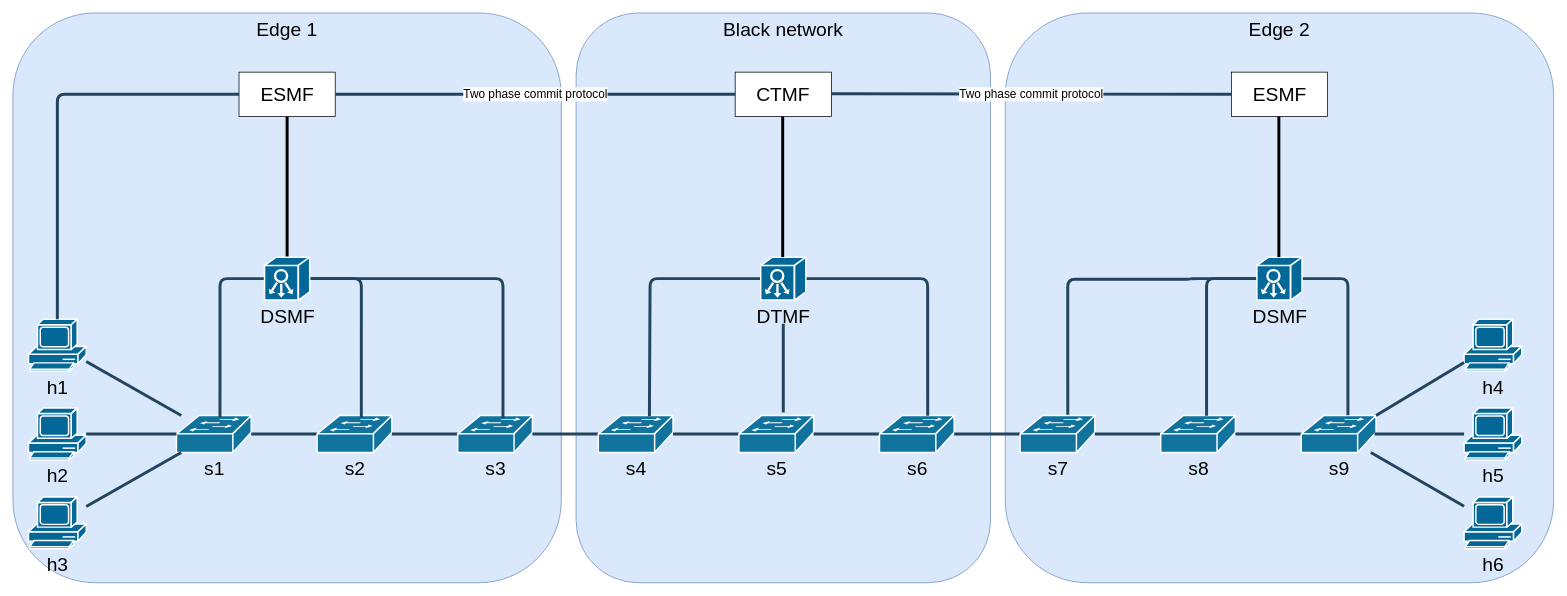
Before: diagrams/topology.drawio in FriwiDev/thesis, a draw.io diagram. Source tidied: cells renumbered, new cells numbered last; positions are measured from the earlier drawing's top-left corner, leaving out a move shared by most shapes. Both pictures are drawn from the tidied source at 74%, with x=0, y=0 at pixel (13, 13).
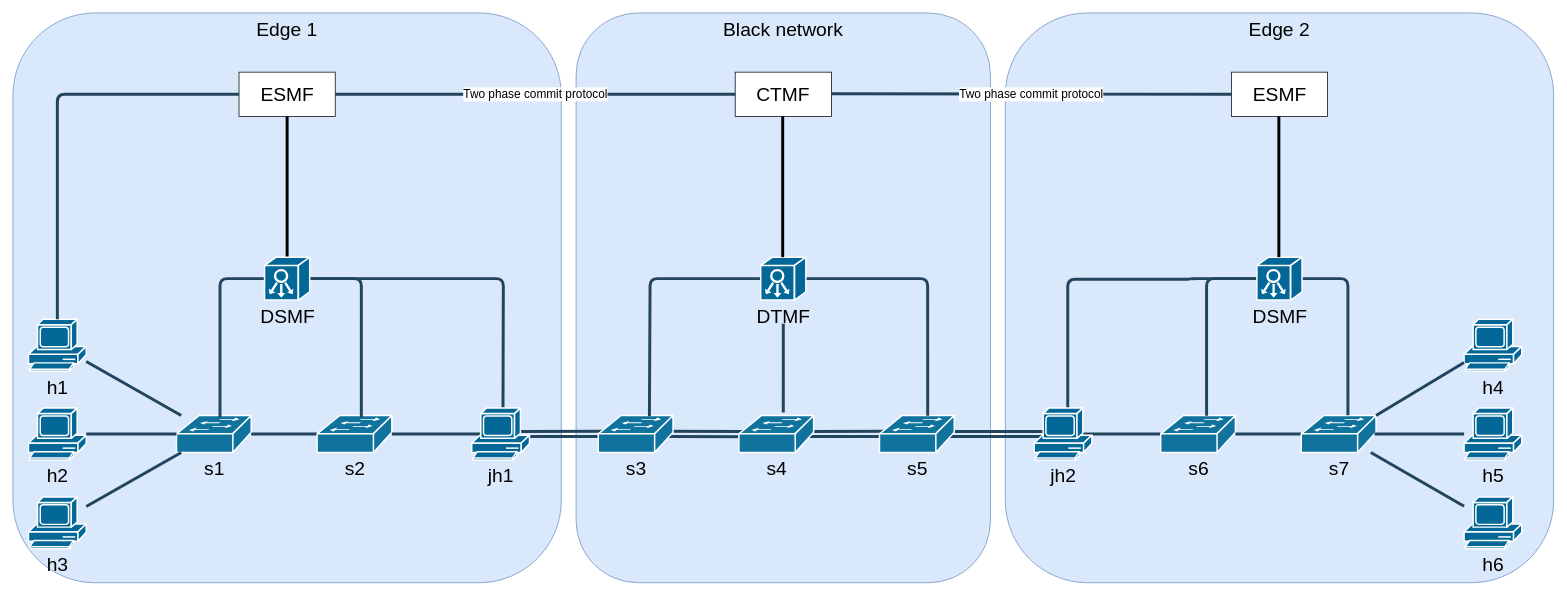
Above is the later version.

Unchanged cells that the change refers to:
```xml
<mxCell id="7" value="s2" style="shape=mxgraph.cisco.switches.workgroup_switch;html=1;dashed=0;fillColor=#10739E;strokeColor=#ffffff;strokeWidth=2;verticalLabelPosition=bottom;verticalAlign=top;fontFamily=Helvetica;fontSize=26;fontColor=#000000;" parent="1" vertex="1">
  <mxGeometry x="411" y="544" width="101" height="50" as="geometry" />
</mxCell>
<mxCell id="45" value="DSMF" style="shape=mxgraph.cisco.controllers_and_modules.system_controller;sketch=0;html=1;dashed=0;fillColor=#036897;strokeColor=#ffffff;strokeWidth=2;verticalLabelPosition=bottom;verticalAlign=top;align=center;outlineConnect=0;fontSize=26;" parent="1" vertex="1">
  <mxGeometry x="1681" y="330" width="61" height="58" as="geometry" />
</mxCell>
<mxCell id="47" value="DSMF" style="shape=mxgraph.cisco.controllers_and_modules.system_controller;sketch=0;html=1;dashed=0;fillColor=#036897;strokeColor=#ffffff;strokeWidth=2;verticalLabelPosition=bottom;verticalAlign=top;align=center;outlineConnect=0;fontSize=26;" parent="1" vertex="1">
  <mxGeometry x="340" y="330" width="61" height="58" as="geometry" />
</mxCell>
```

Diff of the diagram source:
```diff
@@
-    <mxCell id="8" style="edgeStyle=none;rounded=1;html=1;strokeColor=#23445D;endArrow=none;endFill=0;strokeWidth=4;" parent="1" edge="1" target="7">
-      <mxGeometry relative="1" as="geometry">
-        <mxPoint x="601" y="569" as="sourcePoint" />
-      </mxGeometry>
+    <mxCell id="8" style="edgeStyle=none;rounded=1;html=1;strokeColor=#23445D;endArrow=none;endFill=0;strokeWidth=4;exitX=0.16;exitY=0.5;exitDx=0;exitDy=0;exitPerimeter=0;" parent="1" edge="1" source="55" target="7">
+      <mxGeometry relative="1" as="geometry" />
     </mxCell>
-    <mxCell id="9" value="s3" style="shape=mxgraph.cisco.switches.workgroup_switch;html=1;dashed=0;fillColor=#10739E;strokeColor=#ffffff;strokeWidth=2;verticalLabelPosition=bottom;verticalAlign=top;fontFamily=Helvetica;fontSize=26;fontColor=#000000;" parent="1" vertex="1">
-      <mxGeometry x="601" y="544" width="101" height="50" as="geometry" />
-    </mxCell>
-    <mxCell id="10" style="edgeStyle=none;rounded=1;html=1;strokeColor=#23445D;endArrow=none;endFill=0;strokeWidth=4;" parent="1" edge="1" target="9">
-      <mxGeometry relative="1" as="geometry">
-        <mxPoint x="791" y="569" as="sourcePoint" />
-      </mxGeometry>
+    <mxCell id="10" style="edgeStyle=none;rounded=1;html=1;strokeColor=#23445D;endArrow=none;endFill=0;strokeWidth=4;entryX=0.83;entryY=0.5;entryDx=0;entryDy=0;entryPerimeter=0;shape=link;exitX=0.103;exitY=0.497;exitDx=0;exitDy=0;exitPerimeter=0;" parent="1" edge="1" source="11" target="55">
+      <mxGeometry relative="1" as="geometry" />
     </mxCell>
+    <mxCell id="12" style="edgeStyle=none;rounded=1;html=1;strokeColor=#23445D;endArrow=none;endFill=0;strokeWidth=4;shape=link;exitX=0.108;exitY=0.504;exitDx=0;exitDy=0;exitPerimeter=0;" parent="1" edge="1" source="13">
+      <mxGeometry relative="1" as="geometry">
+        <mxPoint x="883" y="568.9" as="targetPoint" />
+      </mxGeometry>
+    </mxCell>
-    <mxCell id="11" value="s4" style="shape=mxgraph.cisco.switches.workgroup_switch;html=1;dashed=0;fillColor=#10739E;strokeColor=#ffffff;strokeWidth=2;verticalLabelPosition=bottom;verticalAlign=top;fontFamily=Helvetica;fontSize=26;fontColor=#000000;" parent="1" vertex="1">
+    <mxCell id="11" value="s3" style="shape=mxgraph.cisco.switches.workgroup_switch;html=1;dashed=0;fillColor=#10739E;strokeColor=#ffffff;strokeWidth=2;verticalLabelPosition=bottom;verticalAlign=top;fontFamily=Helvetica;fontSize=26;fontColor=#000000;" parent="1" vertex="1">
       <mxGeometry x="791" y="544" width="101" height="50" as="geometry" />
     </mxCell>
-    <mxCell id="12" style="edgeStyle=none;rounded=1;html=1;strokeColor=#23445D;endArrow=none;endFill=0;strokeWidth=4;" parent="1" edge="1" target="11">
-      <mxGeometry relative="1" as="geometry">
-        <mxPoint x="981" y="569" as="sourcePoint" />
-      </mxGeometry>
-    </mxCell>
+    <mxCell id="14" style="edgeStyle=none;rounded=1;html=1;strokeColor=#23445D;endArrow=none;endFill=0;strokeWidth=4;shape=link;exitX=0.16;exitY=0.497;exitDx=0;exitDy=0;exitPerimeter=0;" parent="1" edge="1" source="15">
+      <mxGeometry relative="1" as="geometry">
+        <mxPoint x="1072" y="569" as="targetPoint" />
+      </mxGeometry>
+    </mxCell>
-    <mxCell id="13" value="s5" style="shape=mxgraph.cisco.switches.workgroup_switch;html=1;dashed=0;fillColor=#10739E;strokeColor=#ffffff;strokeWidth=2;verticalLabelPosition=bottom;verticalAlign=top;fontFamily=Helvetica;fontSize=26;fontColor=#000000;" parent="1" vertex="1">
+    <mxCell id="13" value="s4" style="shape=mxgraph.cisco.switches.workgroup_switch;html=1;dashed=0;fillColor=#10739E;strokeColor=#ffffff;strokeWidth=2;verticalLabelPosition=bottom;verticalAlign=top;fontFamily=Helvetica;fontSize=26;fontColor=#000000;" parent="1" vertex="1">
       <mxGeometry x="981" y="544" width="101" height="50" as="geometry" />
     </mxCell>
-    <mxCell id="14" style="edgeStyle=none;rounded=1;html=1;strokeColor=#23445D;endArrow=none;endFill=0;strokeWidth=4;" parent="1" edge="1" target="13">
-      <mxGeometry relative="1" as="geometry">
-        <mxPoint x="1171" y="569" as="sourcePoint" />
-      </mxGeometry>
-    </mxCell>
+    <mxCell id="16" style="edgeStyle=none;rounded=1;html=1;strokeColor=#23445D;endArrow=none;endFill=0;strokeWidth=4;exitX=0.16;exitY=0.5;exitDx=0;exitDy=0;exitPerimeter=0;shape=link;" parent="1" edge="1" source="56">
+      <mxGeometry relative="1" as="geometry">
+        <mxPoint x="1261" y="569" as="targetPoint" />
+      </mxGeometry>
+    </mxCell>
-    <mxCell id="15" value="s6" style="shape=mxgraph.cisco.switches.workgroup_switch;html=1;dashed=0;fillColor=#10739E;strokeColor=#ffffff;strokeWidth=2;verticalLabelPosition=bottom;verticalAlign=top;fontFamily=Helvetica;fontSize=26;fontColor=#000000;" parent="1" vertex="1">
+    <mxCell id="15" value="s5" style="shape=mxgraph.cisco.switches.workgroup_switch;html=1;dashed=0;fillColor=#10739E;strokeColor=#ffffff;strokeWidth=2;verticalLabelPosition=bottom;verticalAlign=top;fontFamily=Helvetica;fontSize=26;fontColor=#000000;" parent="1" vertex="1">
       <mxGeometry x="1171" y="544" width="101" height="50" as="geometry" />
     </mxCell>
-    <mxCell id="16" style="edgeStyle=none;rounded=1;html=1;strokeColor=#23445D;endArrow=none;endFill=0;strokeWidth=4;" parent="1" edge="1" target="15">
-      <mxGeometry relative="1" as="geometry">
-        <mxPoint x="1361" y="569" as="sourcePoint" />
-      </mxGeometry>
-    </mxCell>
-    <mxCell id="17" value="s7" style="shape=mxgraph.cisco.switches.workgroup_switch;html=1;dashed=0;fillColor=#10739E;strokeColor=#ffffff;strokeWidth=2;verticalLabelPosition=bottom;verticalAlign=top;fontFamily=Helvetica;fontSize=26;fontColor=#000000;" parent="1" vertex="1">
-      <mxGeometry x="1361" y="544" width="101" height="50" as="geometry" />
-    </mxCell>
-    <mxCell id="18" style="edgeStyle=none;rounded=1;html=1;strokeColor=#23445D;endArrow=none;endFill=0;strokeWidth=4;" parent="1" edge="1" target="17">
+    <mxCell id="18" style="edgeStyle=none;rounded=1;html=1;strokeColor=#23445D;endArrow=none;endFill=0;strokeWidth=4;entryX=0.83;entryY=0.5;entryDx=0;entryDy=0;entryPerimeter=0;" parent="1" edge="1" target="56">
       <mxGeometry relative="1" as="geometry">
         <mxPoint x="1551" y="569" as="sourcePoint" />
       </mxGeometry>
     </mxCell>
-    <mxCell id="19" value="s8" style="shape=mxgraph.cisco.switches.workgroup_switch;html=1;dashed=0;fillColor=#10739E;strokeColor=#ffffff;strokeWidth=2;verticalLabelPosition=bottom;verticalAlign=top;fontFamily=Helvetica;fontSize=26;fontColor=#000000;" parent="1" vertex="1">
+    <mxCell id="19" value="s6" style="shape=mxgraph.cisco.switches.workgroup_switch;html=1;dashed=0;fillColor=#10739E;strokeColor=#ffffff;strokeWidth=2;verticalLabelPosition=bottom;verticalAlign=top;fontFamily=Helvetica;fontSize=26;fontColor=#000000;" parent="1" vertex="1">
       <mxGeometry x="1551" y="544" width="101" height="50" as="geometry" />
     </mxCell>
@@
-    <mxCell id="21" value="s9" style="shape=mxgraph.cisco.switches.workgroup_switch;html=1;dashed=0;fillColor=#10739E;strokeColor=#ffffff;strokeWidth=2;verticalLabelPosition=bottom;verticalAlign=top;fontFamily=Helvetica;fontSize=26;fontColor=#000000;" parent="1" vertex="1">
+    <mxCell id="21" value="s7" style="shape=mxgraph.cisco.switches.workgroup_switch;html=1;dashed=0;fillColor=#10739E;strokeColor=#ffffff;strokeWidth=2;verticalLabelPosition=bottom;verticalAlign=top;fontFamily=Helvetica;fontSize=26;fontColor=#000000;" parent="1" vertex="1">
       <mxGeometry x="1741" y="544" width="101" height="50" as="geometry" />
     </mxCell>
@@
-    <mxCell id="36" style="edgeStyle=orthogonalEdgeStyle;rounded=1;html=1;strokeColor=#23445D;endArrow=none;endFill=0;strokeWidth=4;entryX=0.606;entryY=0.075;entryDx=0;entryDy=0;entryPerimeter=0;exitX=1;exitY=0.5;exitDx=0;exitDy=0;exitPerimeter=0;" parent="1" edge="1" source="47" target="9">
-      <mxGeometry relative="1" as="geometry" />
+    <mxCell id="36" style="edgeStyle=orthogonalEdgeStyle;rounded=1;html=1;strokeColor=#23445D;endArrow=none;endFill=0;strokeWidth=4;entryX=0.606;entryY=0.075;entryDx=0;entryDy=0;entryPerimeter=0;exitX=1;exitY=0.5;exitDx=0;exitDy=0;exitPerimeter=0;" parent="1" edge="1" source="47">
+      <mxGeometry relative="1" as="geometry">
+        <mxPoint x="662.2" y="547.8" as="targetPoint" />
+      </mxGeometry>
     </mxCell>
@@
-    <mxCell id="40" style="edgeStyle=orthogonalEdgeStyle;rounded=1;html=1;strokeColor=#23445D;endArrow=none;endFill=0;strokeWidth=4;exitX=0.638;exitY=-0.02;exitDx=0;exitDy=0;exitPerimeter=0;entryX=0;entryY=0.5;entryDx=0;entryDy=0;entryPerimeter=0;" parent="1" edge="1" source="17" target="45">
+    <mxCell id="40" style="edgeStyle=orthogonalEdgeStyle;rounded=1;html=1;strokeColor=#23445D;endArrow=none;endFill=0;strokeWidth=4;exitX=0.638;exitY=-0.02;exitDx=0;exitDy=0;exitPerimeter=0;entryX=0;entryY=0.5;entryDx=0;entryDy=0;entryPerimeter=0;" parent="1" edge="1" target="45">
       <mxGeometry relative="1" as="geometry">
+        <mxPoint x="1425.4" y="543" as="sourcePoint" />
         <Array as="points">
           <mxPoint x="1425" y="360" />
           <mxPoint x="1591" y="360" />
         </Array>
       </mxGeometry>
     </mxCell>
@@
+    <mxCell id="55" value="jh1" style="shape=mxgraph.cisco.computers_and_peripherals.pc;sketch=0;html=1;dashed=0;fillColor=#036897;strokeColor=#ffffff;strokeWidth=2;verticalLabelPosition=bottom;verticalAlign=top;align=center;outlineConnect=0;fontColor=#000000;fontSize=26;" parent="1" vertex="1">
+      <mxGeometry x="620" y="534" width="78" height="70" as="geometry" />
+    </mxCell>
+    <mxCell id="56" value="jh2" style="shape=mxgraph.cisco.computers_and_peripherals.pc;sketch=0;html=1;dashed=0;fillColor=#036897;strokeColor=#ffffff;strokeWidth=2;verticalLabelPosition=bottom;verticalAlign=top;align=center;outlineConnect=0;fontColor=#000000;fontSize=26;" parent="1" vertex="1">
+      <mxGeometry x="1380" y="534" width="78" height="70" as="geometry" />
+    </mxCell>
```
